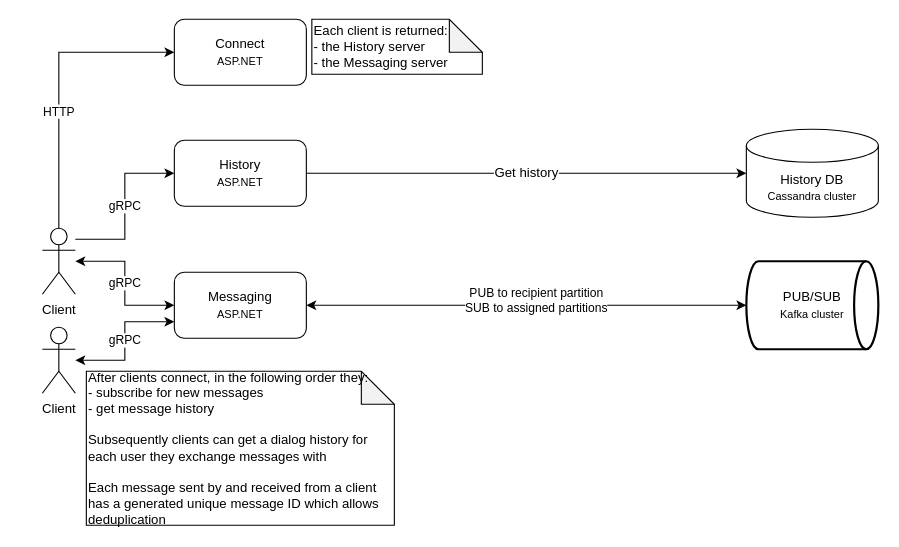
cvetomir-todorov/CecoChat keeps this draw.io diagram as docs/diagrams/cecochat-04-clients.drawio. Above is the earlier version. Source tidied: cells renumbered, new cells numbered last; positions are measured from the earlier drawing's top-left corner, leaving out a move shared by most shapes. Both pictures are drawn from the tidied source at 110%, with x=0, y=0 at pixel (42, 19).
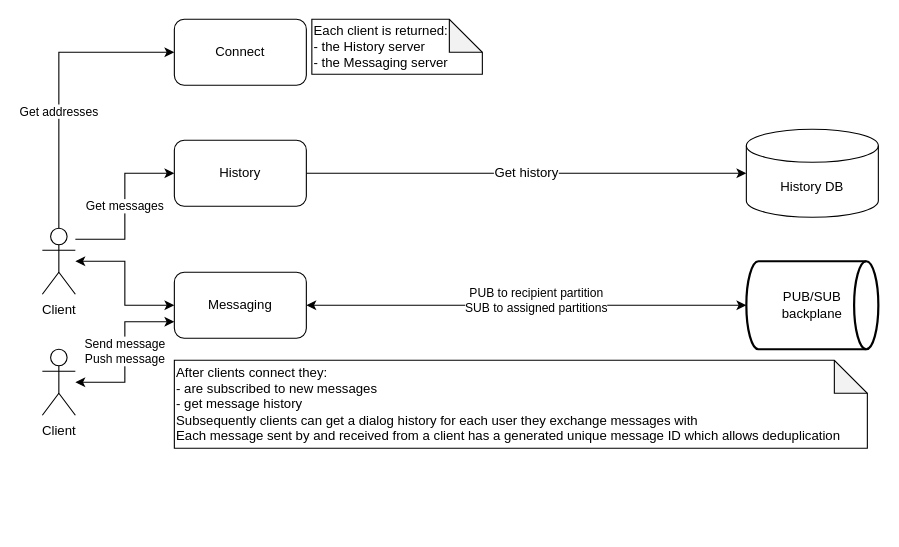
The same page after the edit.

Unchanged cells that the change refers to:
```xml
<mxCell id="5" value="Client" style="shape=umlActor;verticalLabelPosition=bottom;verticalAlign=top;html=1;outlineConnect=0;" parent="1" vertex="1">
  <mxGeometry y="190" width="30" height="60" as="geometry" />
</mxCell>
```

Change to the diagram source:
```diff
@@
-    <mxCell id="2" value="gRPC" style="edgeStyle=orthogonalEdgeStyle;rounded=0;jettySize=auto;html=1;entryX=0;entryY=0.5;entryDx=0;entryDy=0;startArrow=classic;startFill=1;" parent="1" edge="1" source="5" target="9">
+    <mxCell id="2" style="edgeStyle=orthogonalEdgeStyle;rounded=0;jettySize=auto;html=1;entryX=0;entryY=0.5;entryDx=0;entryDy=0;startArrow=classic;startFill=1;" parent="1" edge="1" source="5" target="9">
       <mxGeometry relative="1" as="geometry" />
     </mxCell>
-    <mxCell id="3" value="HTTP" style="edgeStyle=orthogonalEdgeStyle;rounded=0;jettySize=auto;html=1;entryX=0;entryY=0.5;entryDx=0;entryDy=0;" parent="1" edge="1" source="5" target="13">
+    <mxCell id="3" value="Get addresses" style="edgeStyle=orthogonalEdgeStyle;rounded=0;jettySize=auto;html=1;entryX=0;entryY=0.5;entryDx=0;entryDy=0;" parent="1" edge="1" source="5" target="13">
       <mxGeometry x="-0.2" relative="1" as="geometry">
         <Array as="points">
           <mxPoint x="15" y="30" />
         </Array>
       </mxGeometry>
     </mxCell>
-    <mxCell id="4" value="gRPC" style="edgeStyle=orthogonalEdgeStyle;rounded=0;jettySize=auto;html=1;entryX=0;entryY=0.5;entryDx=0;entryDy=0;" parent="1" edge="1" source="5" target="16">
+    <mxCell id="4" value="Get messages" style="edgeStyle=orthogonalEdgeStyle;rounded=0;jettySize=auto;html=1;entryX=0;entryY=0.5;entryDx=0;entryDy=0;" parent="1" edge="1" source="5" target="16">
       <mxGeometry relative="1" as="geometry">
         <Array as="points">
           <mxPoint x="75" y="200" />
           <mxPoint x="75" y="140" />
         </Array>
       </mxGeometry>
     </mxCell>
@@
-    <mxCell id="6" value="gRPC" style="edgeStyle=orthogonalEdgeStyle;rounded=0;jettySize=auto;html=1;entryX=0;entryY=0.75;entryDx=0;entryDy=0;startArrow=classic;startFill=1;" parent="1" edge="1" source="7" target="9">
+    <mxCell id="6" value="Send message&lt;br&gt;Push message" style="edgeStyle=orthogonalEdgeStyle;rounded=0;jettySize=auto;html=1;entryX=0;entryY=0.75;entryDx=0;entryDy=0;startArrow=classic;startFill=1;" parent="1" edge="1" source="7" target="9">
       <mxGeometry relative="1" as="geometry" />
     </mxCell>
     <mxCell id="7" value="Client" style="shape=umlActor;verticalLabelPosition=bottom;verticalAlign=top;html=1;outlineConnect=0;" parent="1" vertex="1">
-      <mxGeometry y="280" width="30" height="60" as="geometry" />
+      <mxGeometry y="300" width="30" height="60" as="geometry" />
     </mxCell>
@@
-    <mxCell id="9" value="&lt;font style=&quot;font-size: 12px&quot;&gt;Messaging&lt;/font&gt;&lt;br&gt;&lt;font style=&quot;font-size: 10px&quot;&gt;ASP.NET&lt;/font&gt;" style="rounded=1;whiteSpace=wrap;html=1;" parent="1" vertex="1">
+    <mxCell id="9" value="&lt;font style=&quot;font-size: 12px&quot;&gt;Messaging&lt;/font&gt;" style="rounded=1;whiteSpace=wrap;html=1;" parent="1" vertex="1">
       <mxGeometry x="120" y="230" width="120" height="60" as="geometry" />
     </mxCell>
-    <mxCell id="10" value="PUB/SUB&lt;br&gt;&lt;font style=&quot;font-size: 10px&quot;&gt;Kafka cluster&lt;/font&gt;" style="strokeWidth=2;html=1;shape=mxgraph.flowchart.direct_data;whiteSpace=wrap;" parent="1" vertex="1">
+    <mxCell id="10" value="PUB/SUB&lt;br&gt;backplane" style="strokeWidth=2;html=1;shape=mxgraph.flowchart.direct_data;whiteSpace=wrap;" parent="1" vertex="1">
       <mxGeometry x="640" y="220" width="120" height="80" as="geometry" />
     </mxCell>
-    <mxCell id="11" value="History DB&lt;br&gt;&lt;font style=&quot;font-size: 10px&quot;&gt;Cassandra cluster&lt;/font&gt;" style="shape=cylinder3;whiteSpace=wrap;html=1;boundedLbl=1;backgroundOutline=1;size=15;" parent="1" vertex="1">
+    <mxCell id="11" value="History DB" style="shape=cylinder3;whiteSpace=wrap;html=1;boundedLbl=1;backgroundOutline=1;size=15;" parent="1" vertex="1">
       <mxGeometry x="640" y="100" width="120" height="80" as="geometry" />
     </mxCell>
@@
-    <mxCell id="13" value="&lt;font style=&quot;font-size: 12px&quot;&gt;Connect&lt;/font&gt;&lt;br&gt;&lt;font style=&quot;font-size: 10px&quot;&gt;ASP.NET&lt;/font&gt;" style="rounded=1;whiteSpace=wrap;html=1;" parent="1" vertex="1">
+    <mxCell id="13" value="&lt;font style=&quot;font-size: 12px&quot;&gt;Connect&lt;/font&gt;" style="rounded=1;whiteSpace=wrap;html=1;" parent="1" vertex="1">
       <mxGeometry x="120" width="120" height="60" as="geometry" />
     </mxCell>
@@
-    <mxCell id="15" value="After clients connect, in the following order they:&lt;br&gt;- subscribe for new messages&lt;br&gt;- get message history&lt;br&gt;&lt;br&gt;Subsequently clients can get a dialog history for each user they exchange messages with&lt;br&gt;&lt;br&gt;Each message sent by and received from a client has a generated unique message ID which allows deduplication" style="shape=note;whiteSpace=wrap;html=1;backgroundOutline=1;darkOpacity=0.05;align=left;" parent="1" vertex="1">
-      <mxGeometry x="40" y="320" width="280" height="140" as="geometry" />
+    <mxCell id="15" value="After clients connect they:&lt;br&gt;- are subscribed to new messages&lt;br&gt;- get message history&lt;br&gt;Subsequently clients can get a dialog history for each user they exchange messages with&lt;br&gt;Each message sent by and received from a client has a generated unique message ID which allows deduplication" style="shape=note;whiteSpace=wrap;html=1;backgroundOutline=1;darkOpacity=0.05;align=left;" parent="1" vertex="1">
+      <mxGeometry x="120" y="310" width="630" height="80" as="geometry" />
     </mxCell>
-    <mxCell id="16" value="&lt;font style=&quot;font-size: 12px&quot;&gt;History&lt;/font&gt;&lt;br&gt;&lt;font style=&quot;font-size: 10px&quot;&gt;ASP.NET&lt;/font&gt;" style="rounded=1;whiteSpace=wrap;html=1;" parent="1" vertex="1">
+    <mxCell id="16" value="&lt;font style=&quot;font-size: 12px&quot;&gt;History&lt;/font&gt;" style="rounded=1;whiteSpace=wrap;html=1;" parent="1" vertex="1">
       <mxGeometry x="120" y="110" width="120" height="60" as="geometry" />
     </mxCell>
```
